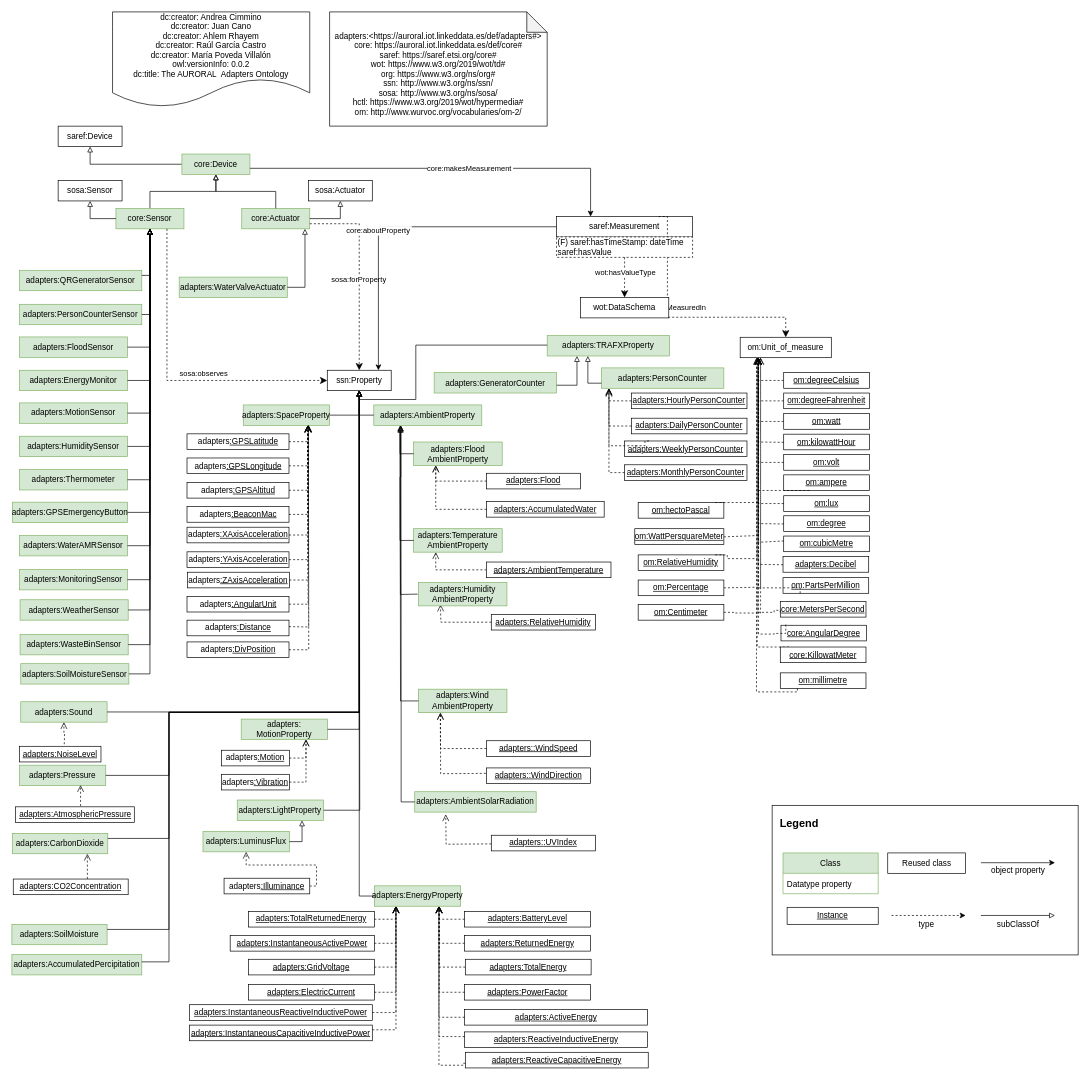
Before: page "V2" (1 of 2) of Diagrams/adapters.drawio in oeg-upm/auroral-adapters-ontology, a draw.io diagram. Source tidied: cells renumbered, new cells numbered last; positions are measured from the earlier drawing's top-left corner, leaving out a move shared by most shapes. Both pictures are drawn from the tidied source at 68%, with x=0, y=0 at pixel (12, 12).
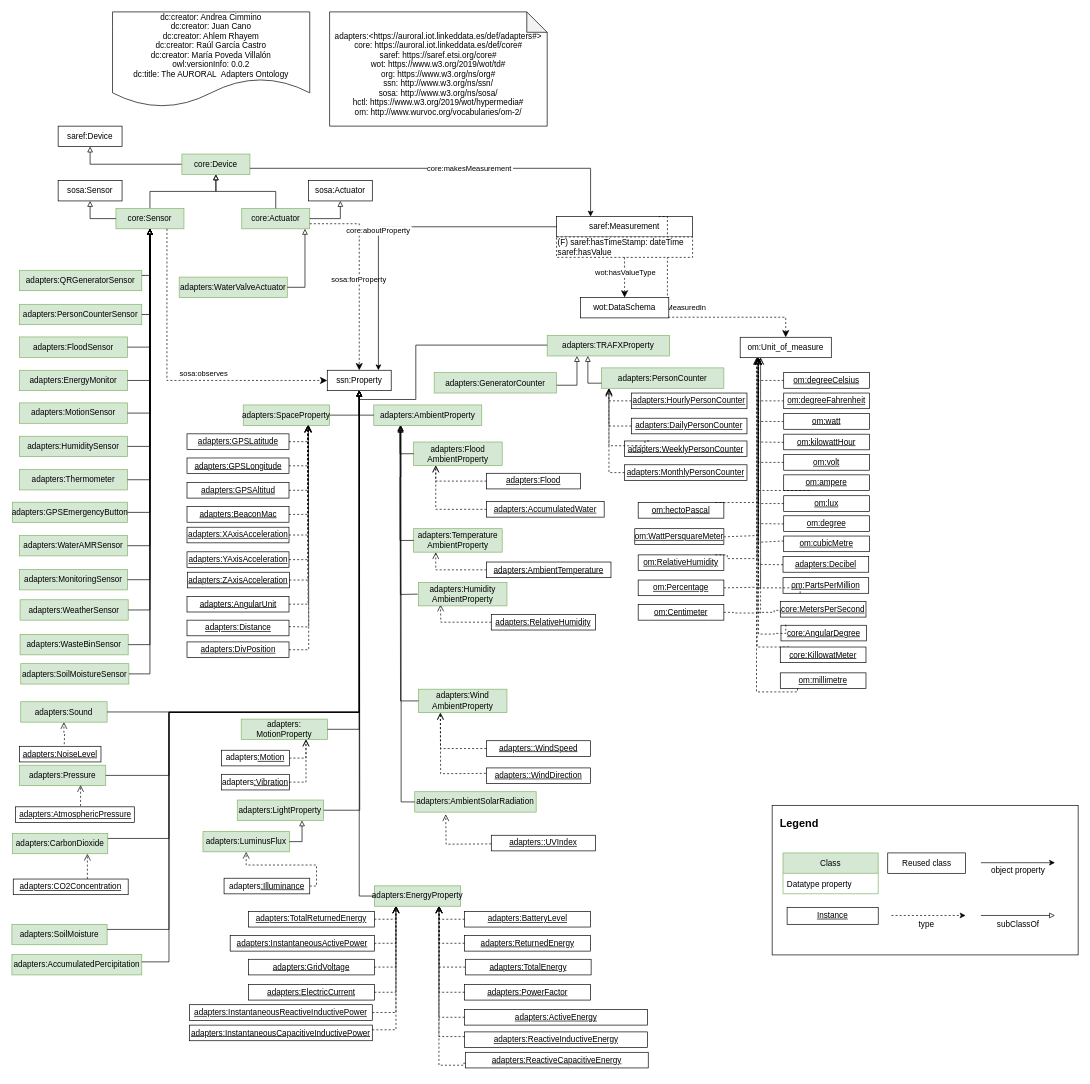
The same diagram, later.

What changed in the source:
```diff
@@
-    <mxCell id="106" value="adapters&lt;u&gt;:GPSLatitude&lt;/u&gt;" style="rounded=0;whiteSpace=wrap;html=1;snapToPoint=1;points=[[0.1,0],[0.2,0],[0.3,0],[0.4,0],[0.5,0],[0.6,0],[0.7,0],[0.8,0],[0.9,0],[0,0.1],[0,0.3],[0,0.5],[0,0.7],[0,0.9],[0.1,1],[0.2,1],[0.3,1],[0.4,1],[0.5,1],[0.6,1],[0.7,1],[0.8,1],[0.9,1],[1,0.1],[1,0.3],[1,0.5],[1,0.7],[1,0.9]];" parent="1" vertex="1">
+    <mxCell id="106" value="&lt;u&gt;adapters:GPSLatitude&lt;/u&gt;" style="rounded=0;whiteSpace=wrap;html=1;snapToPoint=1;points=[[0.1,0],[0.2,0],[0.3,0],[0.4,0],[0.5,0],[0.6,0],[0.7,0],[0.8,0],[0.9,0],[0,0.1],[0,0.3],[0,0.5],[0,0.7],[0,0.9],[0.1,1],[0.2,1],[0.3,1],[0.4,1],[0.5,1],[0.6,1],[0.7,1],[0.8,1],[0.9,1],[1,0.1],[1,0.3],[1,0.5],[1,0.7],[1,0.9]];" parent="1" vertex="1">
       <mxGeometry x="257.5" y="620.5" width="150" height="23" as="geometry" />
     </mxCell>
-    <mxCell id="107" value="adapters&lt;u&gt;:GPSLongitude&lt;/u&gt;" style="rounded=0;whiteSpace=wrap;html=1;snapToPoint=1;points=[[0.1,0],[0.2,0],[0.3,0],[0.4,0],[0.5,0],[0.6,0],[0.7,0],[0.8,0],[0.9,0],[0,0.1],[0,0.3],[0,0.5],[0,0.7],[0,0.9],[0.1,1],[0.2,1],[0.3,1],[0.4,1],[0.5,1],[0.6,1],[0.7,1],[0.8,1],[0.9,1],[1,0.1],[1,0.3],[1,0.5],[1,0.7],[1,0.9]];" parent="1" vertex="1">
+    <mxCell id="107" value="&lt;u&gt;adapters:GPSLongitude&lt;/u&gt;" style="rounded=0;whiteSpace=wrap;html=1;snapToPoint=1;points=[[0.1,0],[0.2,0],[0.3,0],[0.4,0],[0.5,0],[0.6,0],[0.7,0],[0.8,0],[0.9,0],[0,0.1],[0,0.3],[0,0.5],[0,0.7],[0,0.9],[0.1,1],[0.2,1],[0.3,1],[0.4,1],[0.5,1],[0.6,1],[0.7,1],[0.8,1],[0.9,1],[1,0.1],[1,0.3],[1,0.5],[1,0.7],[1,0.9]];" parent="1" vertex="1">
       <mxGeometry x="257.5" y="656" width="150" height="23" as="geometry" />
     </mxCell>
@@
-    <mxCell id="109" value="adapters&lt;u&gt;:GPSAltitud&lt;/u&gt;" style="rounded=0;whiteSpace=wrap;html=1;snapToPoint=1;points=[[0.1,0],[0.2,0],[0.3,0],[0.4,0],[0.5,0],[0.6,0],[0.7,0],[0.8,0],[0.9,0],[0,0.1],[0,0.3],[0,0.5],[0,0.7],[0,0.9],[0.1,1],[0.2,1],[0.3,1],[0.4,1],[0.5,1],[0.6,1],[0.7,1],[0.8,1],[0.9,1],[1,0.1],[1,0.3],[1,0.5],[1,0.7],[1,0.9]];" parent="1" vertex="1">
+    <mxCell id="109" value="&lt;u&gt;adapters:GPSAltitud&lt;/u&gt;" style="rounded=0;whiteSpace=wrap;html=1;snapToPoint=1;points=[[0.1,0],[0.2,0],[0.3,0],[0.4,0],[0.5,0],[0.6,0],[0.7,0],[0.8,0],[0.9,0],[0,0.1],[0,0.3],[0,0.5],[0,0.7],[0,0.9],[0.1,1],[0.2,1],[0.3,1],[0.4,1],[0.5,1],[0.6,1],[0.7,1],[0.8,1],[0.9,1],[1,0.1],[1,0.3],[1,0.5],[1,0.7],[1,0.9]];" parent="1" vertex="1">
       <mxGeometry x="257.5" y="692" width="150" height="23" as="geometry" />
     </mxCell>
-    <mxCell id="110" value="adapters&lt;u&gt;:BeaconMac&lt;/u&gt;" style="rounded=0;whiteSpace=wrap;html=1;snapToPoint=1;points=[[0.1,0],[0.2,0],[0.3,0],[0.4,0],[0.5,0],[0.6,0],[0.7,0],[0.8,0],[0.9,0],[0,0.1],[0,0.3],[0,0.5],[0,0.7],[0,0.9],[0.1,1],[0.2,1],[0.3,1],[0.4,1],[0.5,1],[0.6,1],[0.7,1],[0.8,1],[0.9,1],[1,0.1],[1,0.3],[1,0.5],[1,0.7],[1,0.9]];" parent="1" vertex="1">
+    <mxCell id="110" value="&lt;u&gt;adapters:BeaconMac&lt;/u&gt;" style="rounded=0;whiteSpace=wrap;html=1;snapToPoint=1;points=[[0.1,0],[0.2,0],[0.3,0],[0.4,0],[0.5,0],[0.6,0],[0.7,0],[0.8,0],[0.9,0],[0,0.1],[0,0.3],[0,0.5],[0,0.7],[0,0.9],[0.1,1],[0.2,1],[0.3,1],[0.4,1],[0.5,1],[0.6,1],[0.7,1],[0.8,1],[0.9,1],[1,0.1],[1,0.3],[1,0.5],[1,0.7],[1,0.9]];" parent="1" vertex="1">
       <mxGeometry x="257.5" y="727.5" width="150" height="23" as="geometry" />
     </mxCell>
-    <mxCell id="111" value="adapters&lt;u&gt;:XAxisAcceleration&lt;/u&gt;" style="rounded=0;whiteSpace=wrap;html=1;snapToPoint=1;points=[[0.1,0],[0.2,0],[0.3,0],[0.4,0],[0.5,0],[0.6,0],[0.7,0],[0.8,0],[0.9,0],[0,0.1],[0,0.3],[0,0.5],[0,0.7],[0,0.9],[0.1,1],[0.2,1],[0.3,1],[0.4,1],[0.5,1],[0.6,1],[0.7,1],[0.8,1],[0.9,1],[1,0.1],[1,0.3],[1,0.5],[1,0.7],[1,0.9]];" parent="1" vertex="1">
+    <mxCell id="111" value="&lt;u&gt;adapters:XAxisAcceleration&lt;/u&gt;" style="rounded=0;whiteSpace=wrap;html=1;snapToPoint=1;points=[[0.1,0],[0.2,0],[0.3,0],[0.4,0],[0.5,0],[0.6,0],[0.7,0],[0.8,0],[0.9,0],[0,0.1],[0,0.3],[0,0.5],[0,0.7],[0,0.9],[0.1,1],[0.2,1],[0.3,1],[0.4,1],[0.5,1],[0.6,1],[0.7,1],[0.8,1],[0.9,1],[1,0.1],[1,0.3],[1,0.5],[1,0.7],[1,0.9]];" parent="1" vertex="1">
       <mxGeometry x="257.5" y="757.8" width="150" height="23" as="geometry" />
     </mxCell>
-    <mxCell id="112" value="adapters&lt;u&gt;:YAxisAcceleration&lt;/u&gt;" style="rounded=0;whiteSpace=wrap;html=1;snapToPoint=1;points=[[0.1,0],[0.2,0],[0.3,0],[0.4,0],[0.5,0],[0.6,0],[0.7,0],[0.8,0],[0.9,0],[0,0.1],[0,0.3],[0,0.5],[0,0.7],[0,0.9],[0.1,1],[0.2,1],[0.3,1],[0.4,1],[0.5,1],[0.6,1],[0.7,1],[0.8,1],[0.9,1],[1,0.1],[1,0.3],[1,0.5],[1,0.7],[1,0.9]];" parent="1" vertex="1">
+    <mxCell id="112" value="&lt;u&gt;adapters:YAxisAcceleration&lt;/u&gt;" style="rounded=0;whiteSpace=wrap;html=1;snapToPoint=1;points=[[0.1,0],[0.2,0],[0.3,0],[0.4,0],[0.5,0],[0.6,0],[0.7,0],[0.8,0],[0.9,0],[0,0.1],[0,0.3],[0,0.5],[0,0.7],[0,0.9],[0.1,1],[0.2,1],[0.3,1],[0.4,1],[0.5,1],[0.6,1],[0.7,1],[0.8,1],[0.9,1],[1,0.1],[1,0.3],[1,0.5],[1,0.7],[1,0.9]];" parent="1" vertex="1">
       <mxGeometry x="257.5" y="794" width="150" height="23" as="geometry" />
     </mxCell>
-    <mxCell id="113" value="adapters&lt;u&gt;:ZAxisAcceleration&lt;/u&gt;" style="rounded=0;whiteSpace=wrap;html=1;snapToPoint=1;points=[[0.1,0],[0.2,0],[0.3,0],[0.4,0],[0.5,0],[0.6,0],[0.7,0],[0.8,0],[0.9,0],[0,0.1],[0,0.3],[0,0.5],[0,0.7],[0,0.9],[0.1,1],[0.2,1],[0.3,1],[0.4,1],[0.5,1],[0.6,1],[0.7,1],[0.8,1],[0.9,1],[1,0.1],[1,0.3],[1,0.5],[1,0.7],[1,0.9]];" parent="1" vertex="1">
+    <mxCell id="113" value="&lt;u&gt;adapters:ZAxisAcceleration&lt;/u&gt;" style="rounded=0;whiteSpace=wrap;html=1;snapToPoint=1;points=[[0.1,0],[0.2,0],[0.3,0],[0.4,0],[0.5,0],[0.6,0],[0.7,0],[0.8,0],[0.9,0],[0,0.1],[0,0.3],[0,0.5],[0,0.7],[0,0.9],[0.1,1],[0.2,1],[0.3,1],[0.4,1],[0.5,1],[0.6,1],[0.7,1],[0.8,1],[0.9,1],[1,0.1],[1,0.3],[1,0.5],[1,0.7],[1,0.9]];" parent="1" vertex="1">
       <mxGeometry x="258" y="824" width="150" height="23" as="geometry" />
     </mxCell>
@@
-    <mxCell id="120" value="adapters&lt;u&gt;:AngularUnit&lt;/u&gt;" style="rounded=0;whiteSpace=wrap;html=1;snapToPoint=1;points=[[0.1,0],[0.2,0],[0.3,0],[0.4,0],[0.5,0],[0.6,0],[0.7,0],[0.8,0],[0.9,0],[0,0.1],[0,0.3],[0,0.5],[0,0.7],[0,0.9],[0.1,1],[0.2,1],[0.3,1],[0.4,1],[0.5,1],[0.6,1],[0.7,1],[0.8,1],[0.9,1],[1,0.1],[1,0.3],[1,0.5],[1,0.7],[1,0.9]];" parent="1" vertex="1">
+    <mxCell id="120" value="&lt;u&gt;adapters:AngularUnit&lt;/u&gt;" style="rounded=0;whiteSpace=wrap;html=1;snapToPoint=1;points=[[0.1,0],[0.2,0],[0.3,0],[0.4,0],[0.5,0],[0.6,0],[0.7,0],[0.8,0],[0.9,0],[0,0.1],[0,0.3],[0,0.5],[0,0.7],[0,0.9],[0.1,1],[0.2,1],[0.3,1],[0.4,1],[0.5,1],[0.6,1],[0.7,1],[0.8,1],[0.9,1],[1,0.1],[1,0.3],[1,0.5],[1,0.7],[1,0.9]];" parent="1" vertex="1">
       <mxGeometry x="257.5" y="859.5" width="150" height="23" as="geometry" />
     </mxCell>
@@
-    <mxCell id="181" value="adapters&lt;u&gt;:Distance&lt;/u&gt;" style="rounded=0;whiteSpace=wrap;html=1;" parent="1" vertex="1">
+    <mxCell id="181" value="&lt;u&gt;adapters:Distance&lt;/u&gt;" style="rounded=0;whiteSpace=wrap;html=1;" parent="1" vertex="1">
       <mxGeometry x="257.5" y="894.5" width="150" height="23" as="geometry" />
     </mxCell>
-    <mxCell id="182" value="adapters&lt;u&gt;:DivPosition&lt;/u&gt;" style="rounded=0;whiteSpace=wrap;html=1;snapToPoint=1;points=[[0.1,0],[0.2,0],[0.3,0],[0.4,0],[0.5,0],[0.6,0],[0.7,0],[0.8,0],[0.9,0],[0,0.1],[0,0.3],[0,0.5],[0,0.7],[0,0.9],[0.1,1],[0.2,1],[0.3,1],[0.4,1],[0.5,1],[0.6,1],[0.7,1],[0.8,1],[0.9,1],[1,0.1],[1,0.3],[1,0.5],[1,0.7],[1,0.9]];" parent="1" vertex="1">
+    <mxCell id="182" value="&lt;u&gt;adapters:DivPosition&lt;/u&gt;" style="rounded=0;whiteSpace=wrap;html=1;snapToPoint=1;points=[[0.1,0],[0.2,0],[0.3,0],[0.4,0],[0.5,0],[0.6,0],[0.7,0],[0.8,0],[0.9,0],[0,0.1],[0,0.3],[0,0.5],[0,0.7],[0,0.9],[0.1,1],[0.2,1],[0.3,1],[0.4,1],[0.5,1],[0.6,1],[0.7,1],[0.8,1],[0.9,1],[1,0.1],[1,0.3],[1,0.5],[1,0.7],[1,0.9]];" parent="1" vertex="1">
       <mxGeometry x="257.5" y="926.5" width="150" height="23" as="geometry" />
     </mxCell>
```
